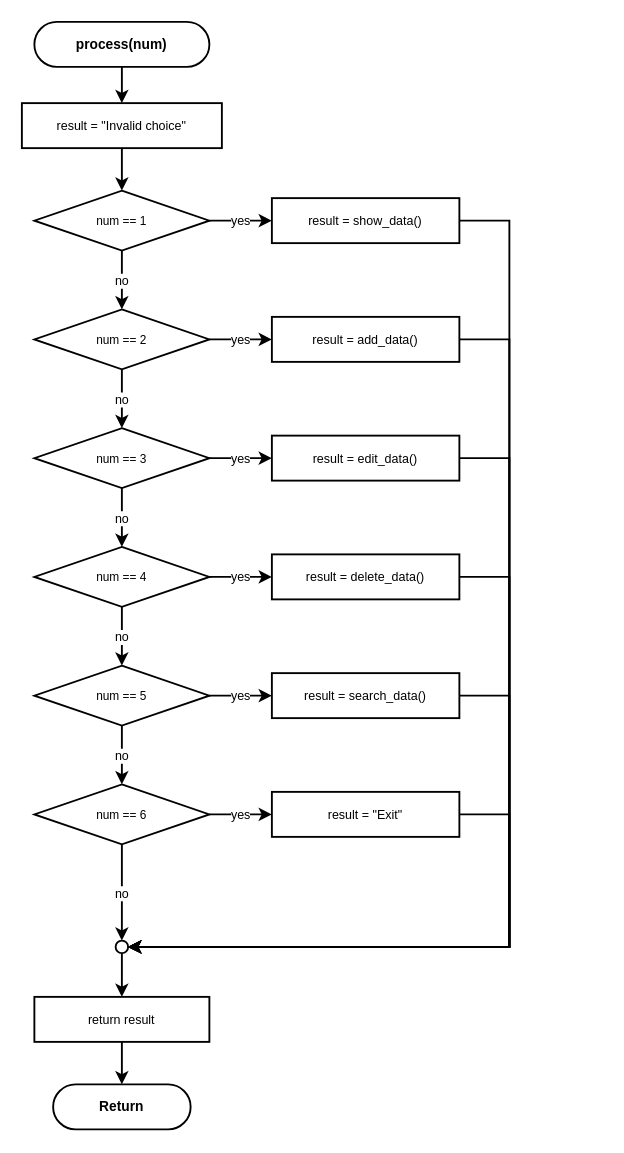
This is program002/flowchart/03_process.drawio from kittiphong064008-cyber/AI-Coding, a draw.io file, before an edit. Source tidied: cells renumbered, new cells numbered last; positions are measured from the earlier drawing's top-left corner, leaving out a move shared by most shapes. Both pictures are drawn from the tidied source at 125%, with x=0, y=0 at pixel (21, 21).
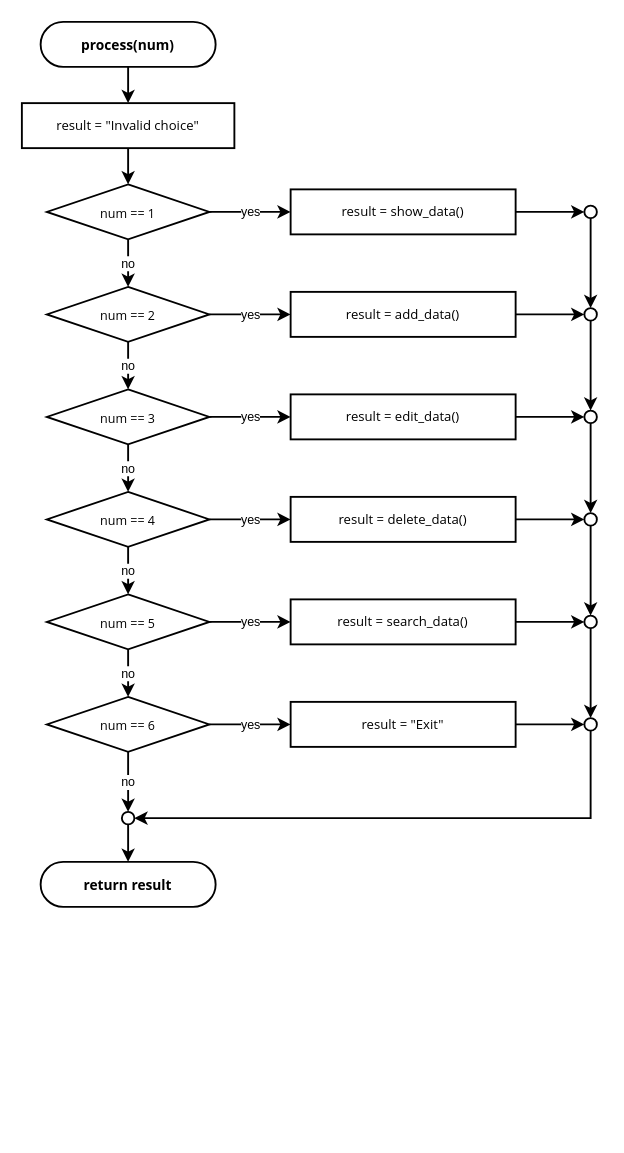
The same diagram, later.

The edit, as a diff of the source:
```diff
@@
-    <mxCell id="2" value="process(num)" style="rounded=1;whiteSpace=wrap;html=1;arcSize=50;fillColor=#ffffff;strokeColor=#000000;strokeWidth=1.5;fontSize=11;fontFamily=Helvetica;fontStyle=1;" parent="1" vertex="1">
-      <mxGeometry x="10" width="140" height="36" as="geometry" />
+    <mxCell id="2" value="process(num)" style="rounded=1;whiteSpace=wrap;html=1;arcSize=50;fillColor=#ffffff;strokeColor=#000000;strokeWidth=1.5;fontSize=11;fontFamily=Segoe UI;fontStyle=1;" parent="1" vertex="1">
+      <mxGeometry x="15" width="140" height="36" as="geometry" />
     </mxCell>
-    <mxCell id="3" value="result = &quot;Invalid choice&quot;" style="rounded=0;whiteSpace=wrap;html=1;fillColor=#ffffff;strokeColor=#000000;strokeWidth=1.5;fontSize=10;fontFamily=Helvetica;" parent="1" vertex="1">
-      <mxGeometry y="65" width="160" height="36" as="geometry" />
+    <mxCell id="3" value="result = &quot;Invalid choice&quot;" style="rounded=0;whiteSpace=wrap;html=1;fillColor=#ffffff;strokeColor=#000000;strokeWidth=1.5;fontSize=10.5;fontFamily=Segoe UI;" parent="1" vertex="1">
+      <mxGeometry y="65" width="170" height="36" as="geometry" />
     </mxCell>
-    <mxCell id="4" style="ellipse;whiteSpace=wrap;html=1;fillColor=#ffffff;strokeColor=#000000;strokeWidth=1.5;" parent="1" vertex="1">
-      <mxGeometry x="75" y="735" width="10" height="10" as="geometry" />
-    </mxCell>
-    <mxCell id="5" value="num == 1" style="rhombus;whiteSpace=wrap;html=1;fillColor=#ffffff;strokeColor=#000000;strokeWidth=1.5;fontSize=9.5;fontFamily=Helvetica;" parent="1" vertex="1">
-      <mxGeometry x="10" y="135" width="140" height="48" as="geometry" />
+    <mxCell id="5" value="num == 1" style="rhombus;whiteSpace=wrap;html=1;fillColor=#ffffff;strokeColor=#000000;strokeWidth=1.5;fontSize=10;fontFamily=Segoe UI;" parent="1" vertex="1">
+      <mxGeometry x="20" y="130" width="130" height="44" as="geometry" />
     </mxCell>
-    <mxCell id="6" value="result = show_data()" style="rounded=0;whiteSpace=wrap;html=1;fillColor=#ffffff;strokeColor=#000000;strokeWidth=1.5;fontSize=10;fontFamily=Helvetica;" parent="1" vertex="1">
-      <mxGeometry x="200" y="141" width="150" height="36" as="geometry" />
+    <mxCell id="6" value="result = show_data()" style="rounded=0;whiteSpace=wrap;html=1;fillColor=#ffffff;strokeColor=#000000;strokeWidth=1.5;fontSize=10.5;fontFamily=Segoe UI;" parent="1" vertex="1">
+      <mxGeometry x="215" y="134" width="180" height="36" as="geometry" />
     </mxCell>
+    <mxCell id="41" style="ellipse;whiteSpace=wrap;html=1;fillColor=#ffffff;strokeColor=#000000;strokeWidth=1.5;" parent="1" vertex="1">
+      <mxGeometry x="450" y="147" width="10" height="10" as="geometry" />
+    </mxCell>
-    <mxCell id="7" value="num == 2" style="rhombus;whiteSpace=wrap;html=1;fillColor=#ffffff;strokeColor=#000000;strokeWidth=1.5;fontSize=9.5;fontFamily=Helvetica;" parent="1" vertex="1">
-      <mxGeometry x="10" y="230" width="140" height="48" as="geometry" />
+    <mxCell id="7" value="num == 2" style="rhombus;whiteSpace=wrap;html=1;fillColor=#ffffff;strokeColor=#000000;strokeWidth=1.5;fontSize=10;fontFamily=Segoe UI;" parent="1" vertex="1">
+      <mxGeometry x="20" y="212" width="130" height="44" as="geometry" />
     </mxCell>
-    <mxCell id="8" value="result = add_data()" style="rounded=0;whiteSpace=wrap;html=1;fillColor=#ffffff;strokeColor=#000000;strokeWidth=1.5;fontSize=10;fontFamily=Helvetica;" parent="1" vertex="1">
-      <mxGeometry x="200" y="236" width="150" height="36" as="geometry" />
+    <mxCell id="8" value="result = add_data()" style="rounded=0;whiteSpace=wrap;html=1;fillColor=#ffffff;strokeColor=#000000;strokeWidth=1.5;fontSize=10.5;fontFamily=Segoe UI;" parent="1" vertex="1">
+      <mxGeometry x="215" y="216" width="180" height="36" as="geometry" />
     </mxCell>
+    <mxCell id="42" style="ellipse;whiteSpace=wrap;html=1;fillColor=#ffffff;strokeColor=#000000;strokeWidth=1.5;" parent="1" vertex="1">
+      <mxGeometry x="450" y="229" width="10" height="10" as="geometry" />
+    </mxCell>
-    <mxCell id="9" value="num == 3" style="rhombus;whiteSpace=wrap;html=1;fillColor=#ffffff;strokeColor=#000000;strokeWidth=1.5;fontSize=9.5;fontFamily=Helvetica;" parent="1" vertex="1">
-      <mxGeometry x="10" y="325" width="140" height="48" as="geometry" />
+    <mxCell id="9" value="num == 3" style="rhombus;whiteSpace=wrap;html=1;fillColor=#ffffff;strokeColor=#000000;strokeWidth=1.5;fontSize=10;fontFamily=Segoe UI;" parent="1" vertex="1">
+      <mxGeometry x="20" y="294" width="130" height="44" as="geometry" />
     </mxCell>
-    <mxCell id="10" value="result = edit_data()" style="rounded=0;whiteSpace=wrap;html=1;fillColor=#ffffff;strokeColor=#000000;strokeWidth=1.5;fontSize=10;fontFamily=Helvetica;" parent="1" vertex="1">
-      <mxGeometry x="200" y="331" width="150" height="36" as="geometry" />
+    <mxCell id="10" value="result = edit_data()" style="rounded=0;whiteSpace=wrap;html=1;fillColor=#ffffff;strokeColor=#000000;strokeWidth=1.5;fontSize=10.5;fontFamily=Segoe UI;" parent="1" vertex="1">
+      <mxGeometry x="215" y="298" width="180" height="36" as="geometry" />
     </mxCell>
+    <mxCell id="43" style="ellipse;whiteSpace=wrap;html=1;fillColor=#ffffff;strokeColor=#000000;strokeWidth=1.5;" parent="1" vertex="1">
+      <mxGeometry x="450" y="311" width="10" height="10" as="geometry" />
+    </mxCell>
-    <mxCell id="11" value="num == 4" style="rhombus;whiteSpace=wrap;html=1;fillColor=#ffffff;strokeColor=#000000;strokeWidth=1.5;fontSize=9.5;fontFamily=Helvetica;" parent="1" vertex="1">
-      <mxGeometry x="10" y="420" width="140" height="48" as="geometry" />
+    <mxCell id="11" value="num == 4" style="rhombus;whiteSpace=wrap;html=1;fillColor=#ffffff;strokeColor=#000000;strokeWidth=1.5;fontSize=10;fontFamily=Segoe UI;" parent="1" vertex="1">
+      <mxGeometry x="20" y="376" width="130" height="44" as="geometry" />
     </mxCell>
-    <mxCell id="12" value="result = delete_data()" style="rounded=0;whiteSpace=wrap;html=1;fillColor=#ffffff;strokeColor=#000000;strokeWidth=1.5;fontSize=10;fontFamily=Helvetica;" parent="1" vertex="1">
-      <mxGeometry x="200" y="426" width="150" height="36" as="geometry" />
+    <mxCell id="12" value="result = delete_data()" style="rounded=0;whiteSpace=wrap;html=1;fillColor=#ffffff;strokeColor=#000000;strokeWidth=1.5;fontSize=10.5;fontFamily=Segoe UI;" parent="1" vertex="1">
+      <mxGeometry x="215" y="380" width="180" height="36" as="geometry" />
     </mxCell>
+    <mxCell id="44" style="ellipse;whiteSpace=wrap;html=1;fillColor=#ffffff;strokeColor=#000000;strokeWidth=1.5;" parent="1" vertex="1">
+      <mxGeometry x="450" y="393" width="10" height="10" as="geometry" />
+    </mxCell>
-    <mxCell id="13" value="num == 5" style="rhombus;whiteSpace=wrap;html=1;fillColor=#ffffff;strokeColor=#000000;strokeWidth=1.5;fontSize=9.5;fontFamily=Helvetica;" parent="1" vertex="1">
-      <mxGeometry x="10" y="515" width="140" height="48" as="geometry" />
+    <mxCell id="13" value="num == 5" style="rhombus;whiteSpace=wrap;html=1;fillColor=#ffffff;strokeColor=#000000;strokeWidth=1.5;fontSize=10;fontFamily=Segoe UI;" parent="1" vertex="1">
+      <mxGeometry x="20" y="458" width="130" height="44" as="geometry" />
     </mxCell>
-    <mxCell id="14" value="result = search_data()" style="rounded=0;whiteSpace=wrap;html=1;fillColor=#ffffff;strokeColor=#000000;strokeWidth=1.5;fontSize=10;fontFamily=Helvetica;" parent="1" vertex="1">
-      <mxGeometry x="200" y="521" width="150" height="36" as="geometry" />
+    <mxCell id="14" value="result = search_data()" style="rounded=0;whiteSpace=wrap;html=1;fillColor=#ffffff;strokeColor=#000000;strokeWidth=1.5;fontSize=10.5;fontFamily=Segoe UI;" parent="1" vertex="1">
+      <mxGeometry x="215" y="462" width="180" height="36" as="geometry" />
     </mxCell>
+    <mxCell id="45" style="ellipse;whiteSpace=wrap;html=1;fillColor=#ffffff;strokeColor=#000000;strokeWidth=1.5;" parent="1" vertex="1">
+      <mxGeometry x="450" y="475" width="10" height="10" as="geometry" />
+    </mxCell>
-    <mxCell id="15" value="num == 6" style="rhombus;whiteSpace=wrap;html=1;fillColor=#ffffff;strokeColor=#000000;strokeWidth=1.5;fontSize=9.5;fontFamily=Helvetica;" parent="1" vertex="1">
-      <mxGeometry x="10" y="610" width="140" height="48" as="geometry" />
+    <mxCell id="15" value="num == 6" style="rhombus;whiteSpace=wrap;html=1;fillColor=#ffffff;strokeColor=#000000;strokeWidth=1.5;fontSize=10;fontFamily=Segoe UI;" parent="1" vertex="1">
+      <mxGeometry x="20" y="540" width="130" height="44" as="geometry" />
     </mxCell>
-    <mxCell id="16" value="result = &quot;Exit&quot;" style="rounded=0;whiteSpace=wrap;html=1;fillColor=#ffffff;strokeColor=#000000;strokeWidth=1.5;fontSize=10;fontFamily=Helvetica;" parent="1" vertex="1">
-      <mxGeometry x="200" y="616" width="150" height="36" as="geometry" />
+    <mxCell id="16" value="result = &quot;Exit&quot;" style="rounded=0;whiteSpace=wrap;html=1;fillColor=#ffffff;strokeColor=#000000;strokeWidth=1.5;fontSize=10.5;fontFamily=Segoe UI;" parent="1" vertex="1">
+      <mxGeometry x="215" y="544" width="180" height="36" as="geometry" />
     </mxCell>
-    <mxCell id="17" value="return result" style="rounded=0;whiteSpace=wrap;html=1;fillColor=#ffffff;strokeColor=#000000;strokeWidth=1.5;fontSize=10;fontFamily=Helvetica;" parent="1" vertex="1">
-      <mxGeometry x="10" y="780" width="140" height="36" as="geometry" />
-    </mxCell>
+    <mxCell id="46" style="ellipse;whiteSpace=wrap;html=1;fillColor=#ffffff;strokeColor=#000000;strokeWidth=1.5;" parent="1" vertex="1">
+      <mxGeometry x="450" y="557" width="10" height="10" as="geometry" />
+    </mxCell>
+    <mxCell id="4" style="ellipse;whiteSpace=wrap;html=1;fillColor=#ffffff;strokeColor=#000000;strokeWidth=1.5;" parent="1" vertex="1">
+      <mxGeometry x="80" y="632" width="10" height="10" as="geometry" />
+    </mxCell>
-    <mxCell id="18" value="Return" style="rounded=1;whiteSpace=wrap;html=1;arcSize=50;fillColor=#ffffff;strokeColor=#000000;strokeWidth=1.5;fontSize=11;fontFamily=Helvetica;fontStyle=1;" parent="1" vertex="1">
-      <mxGeometry x="25" y="850" width="110" height="36" as="geometry" />
+    <mxCell id="18" value="return result" style="rounded=1;whiteSpace=wrap;html=1;arcSize=50;fillColor=#ffffff;strokeColor=#000000;strokeWidth=1.5;fontSize=11;fontFamily=Segoe UI;fontStyle=1;" parent="1" vertex="1">
+      <mxGeometry x="15" y="672" width="140" height="36" as="geometry" />
     </mxCell>
@@
-    <mxCell id="22" style="edgeStyle=orthogonalEdgeStyle;rounded=0;jettySize=auto;html=1;strokeWidth=1.5;strokeColor=#000000;fontSize=10;fontColor=#000000;exitX=1;exitY=0.5;exitDx=0;exitDy=0;entryX=1;entryY=0.5;entryDx=0;entryDy=0;" parent="1" edge="1" source="6" target="4">
-      <mxGeometry relative="1" as="geometry">
-        <Array as="points">
-          <mxPoint x="390" y="159" />
-          <mxPoint x="390" y="740" />
-        </Array>
-      </mxGeometry>
+    <mxCell id="22" style="edgeStyle=orthogonalEdgeStyle;rounded=0;jettySize=auto;html=1;strokeWidth=1.5;strokeColor=#000000;fontSize=10;fontColor=#000000;exitX=1;exitY=0.5;exitDx=0;exitDy=0;entryX=0;entryY=0.5;entryDx=0;entryDy=0;" parent="1" edge="1" source="6" target="41">
+      <mxGeometry relative="1" as="geometry" />
     </mxCell>
@@
-    <mxCell id="25" style="edgeStyle=orthogonalEdgeStyle;rounded=0;jettySize=auto;html=1;strokeWidth=1.5;strokeColor=#000000;fontSize=10;fontColor=#000000;exitX=1;exitY=0.5;exitDx=0;exitDy=0;entryX=1;entryY=0.5;entryDx=0;entryDy=0;" parent="1" edge="1" source="8" target="4">
-      <mxGeometry relative="1" as="geometry">
-        <Array as="points">
-          <mxPoint x="390" y="254" />
-          <mxPoint x="390" y="740" />
-        </Array>
-      </mxGeometry>
+    <mxCell id="25" style="edgeStyle=orthogonalEdgeStyle;rounded=0;jettySize=auto;html=1;strokeWidth=1.5;strokeColor=#000000;fontSize=10;fontColor=#000000;exitX=1;exitY=0.5;exitDx=0;exitDy=0;entryX=0;entryY=0.5;entryDx=0;entryDy=0;" parent="1" edge="1" source="8" target="42">
+      <mxGeometry relative="1" as="geometry" />
     </mxCell>
-    <mxCell id="26" value="no" style="edgeStyle=orthogonalEdgeStyle;rounded=0;jettySize=auto;html=1;strokeWidth=1.5;strokeColor=#000000;fontSize=10;fontColor=#000000;" parent="1" edge="1" source="7" target="9">
+    <mxCell id="26" style="edgeStyle=orthogonalEdgeStyle;rounded=0;jettySize=auto;html=1;strokeWidth=1.5;strokeColor=#000000;fontSize=10;fontColor=#000000;exitX=0.5;exitY=1;exitDx=0;exitDy=0;entryX=0.5;entryY=0;entryDx=0;entryDy=0;" parent="1" edge="1" source="41" target="42">
       <mxGeometry relative="1" as="geometry" />
     </mxCell>
-    <mxCell id="27" value="yes" style="edgeStyle=orthogonalEdgeStyle;rounded=0;jettySize=auto;html=1;strokeWidth=1.5;strokeColor=#000000;fontSize=10;fontColor=#000000;exitX=1;exitY=0.5;exitDx=0;exitDy=0;entryX=0;entryY=0.5;entryDx=0;entryDy=0;" parent="1" edge="1" source="9" target="10">
+    <mxCell id="27" value="no" style="edgeStyle=orthogonalEdgeStyle;rounded=0;jettySize=auto;html=1;strokeWidth=1.5;strokeColor=#000000;fontSize=10;fontColor=#000000;" parent="1" edge="1" source="7" target="9">
       <mxGeometry relative="1" as="geometry" />
     </mxCell>
-    <mxCell id="28" style="edgeStyle=orthogonalEdgeStyle;rounded=0;jettySize=auto;html=1;strokeWidth=1.5;strokeColor=#000000;fontSize=10;fontColor=#000000;exitX=1;exitY=0.5;exitDx=0;exitDy=0;entryX=1;entryY=0.5;entryDx=0;entryDy=0;" parent="1" edge="1" source="10" target="4">
-      <mxGeometry relative="1" as="geometry">
-        <Array as="points">
-          <mxPoint x="390" y="349" />
-          <mxPoint x="390" y="740" />
-        </Array>
-      </mxGeometry>
+    <mxCell id="28" value="yes" style="edgeStyle=orthogonalEdgeStyle;rounded=0;jettySize=auto;html=1;strokeWidth=1.5;strokeColor=#000000;fontSize=10;fontColor=#000000;exitX=1;exitY=0.5;exitDx=0;exitDy=0;entryX=0;entryY=0.5;entryDx=0;entryDy=0;" parent="1" edge="1" source="9" target="10">
+      <mxGeometry relative="1" as="geometry" />
     </mxCell>
-    <mxCell id="29" value="no" style="edgeStyle=orthogonalEdgeStyle;rounded=0;jettySize=auto;html=1;strokeWidth=1.5;strokeColor=#000000;fontSize=10;fontColor=#000000;" parent="1" edge="1" source="9" target="11">
+    <mxCell id="29" style="edgeStyle=orthogonalEdgeStyle;rounded=0;jettySize=auto;html=1;strokeWidth=1.5;strokeColor=#000000;fontSize=10;fontColor=#000000;exitX=1;exitY=0.5;exitDx=0;exitDy=0;entryX=0;entryY=0.5;entryDx=0;entryDy=0;" parent="1" edge="1" source="10" target="43">
       <mxGeometry relative="1" as="geometry" />
     </mxCell>
-    <mxCell id="30" value="yes" style="edgeStyle=orthogonalEdgeStyle;rounded=0;jettySize=auto;html=1;strokeWidth=1.5;strokeColor=#000000;fontSize=10;fontColor=#000000;exitX=1;exitY=0.5;exitDx=0;exitDy=0;entryX=0;entryY=0.5;entryDx=0;entryDy=0;" parent="1" edge="1" source="11" target="12">
+    <mxCell id="30" style="edgeStyle=orthogonalEdgeStyle;rounded=0;jettySize=auto;html=1;strokeWidth=1.5;strokeColor=#000000;fontSize=10;fontColor=#000000;exitX=0.5;exitY=1;exitDx=0;exitDy=0;entryX=0.5;entryY=0;entryDx=0;entryDy=0;" parent="1" edge="1" source="42" target="43">
       <mxGeometry relative="1" as="geometry" />
     </mxCell>
-    <mxCell id="31" style="edgeStyle=orthogonalEdgeStyle;rounded=0;jettySize=auto;html=1;strokeWidth=1.5;strokeColor=#000000;fontSize=10;fontColor=#000000;exitX=1;exitY=0.5;exitDx=0;exitDy=0;entryX=1;entryY=0.5;entryDx=0;entryDy=0;" parent="1" edge="1" source="12" target="4">
-      <mxGeometry relative="1" as="geometry">
-        <Array as="points">
-          <mxPoint x="390" y="444" />
-          <mxPoint x="390" y="740" />
-        </Array>
-      </mxGeometry>
+    <mxCell id="31" value="no" style="edgeStyle=orthogonalEdgeStyle;rounded=0;jettySize=auto;html=1;strokeWidth=1.5;strokeColor=#000000;fontSize=10;fontColor=#000000;" parent="1" edge="1" source="9" target="11">
+      <mxGeometry relative="1" as="geometry" />
     </mxCell>
-    <mxCell id="32" value="no" style="edgeStyle=orthogonalEdgeStyle;rounded=0;jettySize=auto;html=1;strokeWidth=1.5;strokeColor=#000000;fontSize=10;fontColor=#000000;" parent="1" edge="1" source="11" target="13">
+    <mxCell id="32" value="yes" style="edgeStyle=orthogonalEdgeStyle;rounded=0;jettySize=auto;html=1;strokeWidth=1.5;strokeColor=#000000;fontSize=10;fontColor=#000000;exitX=1;exitY=0.5;exitDx=0;exitDy=0;entryX=0;entryY=0.5;entryDx=0;entryDy=0;" parent="1" edge="1" source="11" target="12">
       <mxGeometry relative="1" as="geometry" />
     </mxCell>
-    <mxCell id="33" value="yes" style="edgeStyle=orthogonalEdgeStyle;rounded=0;jettySize=auto;html=1;strokeWidth=1.5;strokeColor=#000000;fontSize=10;fontColor=#000000;exitX=1;exitY=0.5;exitDx=0;exitDy=0;entryX=0;entryY=0.5;entryDx=0;entryDy=0;" parent="1" edge="1" source="13" target="14">
+    <mxCell id="33" style="edgeStyle=orthogonalEdgeStyle;rounded=0;jettySize=auto;html=1;strokeWidth=1.5;strokeColor=#000000;fontSize=10;fontColor=#000000;exitX=1;exitY=0.5;exitDx=0;exitDy=0;entryX=0;entryY=0.5;entryDx=0;entryDy=0;" parent="1" edge="1" source="12" target="44">
       <mxGeometry relative="1" as="geometry" />
     </mxCell>
-    <mxCell id="34" style="edgeStyle=orthogonalEdgeStyle;rounded=0;jettySize=auto;html=1;strokeWidth=1.5;strokeColor=#000000;fontSize=10;fontColor=#000000;exitX=1;exitY=0.5;exitDx=0;exitDy=0;entryX=1;entryY=0.5;entryDx=0;entryDy=0;" parent="1" edge="1" source="14" target="4">
-      <mxGeometry relative="1" as="geometry">
-        <Array as="points">
-          <mxPoint x="390" y="539" />
-          <mxPoint x="390" y="740" />
-        </Array>
-      </mxGeometry>
+    <mxCell id="34" style="edgeStyle=orthogonalEdgeStyle;rounded=0;jettySize=auto;html=1;strokeWidth=1.5;strokeColor=#000000;fontSize=10;fontColor=#000000;exitX=0.5;exitY=1;exitDx=0;exitDy=0;entryX=0.5;entryY=0;entryDx=0;entryDy=0;" parent="1" edge="1" source="43" target="44">
+      <mxGeometry relative="1" as="geometry" />
     </mxCell>
-    <mxCell id="35" value="no" style="edgeStyle=orthogonalEdgeStyle;rounded=0;jettySize=auto;html=1;strokeWidth=1.5;strokeColor=#000000;fontSize=10;fontColor=#000000;" parent="1" edge="1" source="13" target="15">
+    <mxCell id="35" value="no" style="edgeStyle=orthogonalEdgeStyle;rounded=0;jettySize=auto;html=1;strokeWidth=1.5;strokeColor=#000000;fontSize=10;fontColor=#000000;" parent="1" edge="1" source="11" target="13">
       <mxGeometry relative="1" as="geometry" />
     </mxCell>
-    <mxCell id="36" value="yes" style="edgeStyle=orthogonalEdgeStyle;rounded=0;jettySize=auto;html=1;strokeWidth=1.5;strokeColor=#000000;fontSize=10;fontColor=#000000;exitX=1;exitY=0.5;exitDx=0;exitDy=0;entryX=0;entryY=0.5;entryDx=0;entryDy=0;" parent="1" edge="1" source="15" target="16">
+    <mxCell id="36" value="yes" style="edgeStyle=orthogonalEdgeStyle;rounded=0;jettySize=auto;html=1;strokeWidth=1.5;strokeColor=#000000;fontSize=10;fontColor=#000000;exitX=1;exitY=0.5;exitDx=0;exitDy=0;entryX=0;entryY=0.5;entryDx=0;entryDy=0;" parent="1" edge="1" source="13" target="14">
       <mxGeometry relative="1" as="geometry" />
     </mxCell>
-    <mxCell id="37" style="edgeStyle=orthogonalEdgeStyle;rounded=0;jettySize=auto;html=1;strokeWidth=1.5;strokeColor=#000000;fontSize=10;fontColor=#000000;exitX=1;exitY=0.5;exitDx=0;exitDy=0;entryX=1;entryY=0.5;entryDx=0;entryDy=0;" parent="1" edge="1" source="16" target="4">
-      <mxGeometry relative="1" as="geometry">
-        <Array as="points">
-          <mxPoint x="390" y="634" />
-          <mxPoint x="390" y="740" />
-        </Array>
-      </mxGeometry>
+    <mxCell id="37" style="edgeStyle=orthogonalEdgeStyle;rounded=0;jettySize=auto;html=1;strokeWidth=1.5;strokeColor=#000000;fontSize=10;fontColor=#000000;exitX=1;exitY=0.5;exitDx=0;exitDy=0;entryX=0;entryY=0.5;entryDx=0;entryDy=0;" parent="1" edge="1" source="14" target="45">
+      <mxGeometry relative="1" as="geometry" />
     </mxCell>
-    <mxCell id="38" value="no" style="edgeStyle=orthogonalEdgeStyle;rounded=0;jettySize=auto;html=1;strokeWidth=1.5;strokeColor=#000000;fontSize=10;fontColor=#000000;" parent="1" edge="1" source="15" target="4">
+    <mxCell id="38" style="edgeStyle=orthogonalEdgeStyle;rounded=0;jettySize=auto;html=1;strokeWidth=1.5;strokeColor=#000000;fontSize=10;fontColor=#000000;exitX=0.5;exitY=1;exitDx=0;exitDy=0;entryX=0.5;entryY=0;entryDx=0;entryDy=0;" parent="1" edge="1" source="44" target="45">
       <mxGeometry relative="1" as="geometry" />
     </mxCell>
-    <mxCell id="39" style="edgeStyle=orthogonalEdgeStyle;rounded=0;jettySize=auto;html=1;strokeWidth=1.5;strokeColor=#000000;fontSize=10;fontColor=#000000;" parent="1" edge="1" source="4" target="17">
+    <mxCell id="39" value="no" style="edgeStyle=orthogonalEdgeStyle;rounded=0;jettySize=auto;html=1;strokeWidth=1.5;strokeColor=#000000;fontSize=10;fontColor=#000000;" parent="1" edge="1" source="13" target="15">
       <mxGeometry relative="1" as="geometry" />
     </mxCell>
-    <mxCell id="40" style="edgeStyle=orthogonalEdgeStyle;rounded=0;jettySize=auto;html=1;strokeWidth=1.5;strokeColor=#000000;fontSize=10;fontColor=#000000;" parent="1" edge="1" source="17" target="18">
+    <mxCell id="40" value="yes" style="edgeStyle=orthogonalEdgeStyle;rounded=0;jettySize=auto;html=1;strokeWidth=1.5;strokeColor=#000000;fontSize=10;fontColor=#000000;exitX=1;exitY=0.5;exitDx=0;exitDy=0;entryX=0;entryY=0.5;entryDx=0;entryDy=0;" parent="1" edge="1" source="15" target="16">
       <mxGeometry relative="1" as="geometry" />
     </mxCell>
+    <mxCell id="47" style="edgeStyle=orthogonalEdgeStyle;rounded=0;jettySize=auto;html=1;strokeWidth=1.5;strokeColor=#000000;fontSize=10;fontColor=#000000;exitX=1;exitY=0.5;exitDx=0;exitDy=0;entryX=0;entryY=0.5;entryDx=0;entryDy=0;" parent="1" edge="1" source="16" target="46">
+      <mxGeometry relative="1" as="geometry" />
+    </mxCell>
+    <mxCell id="48" style="edgeStyle=orthogonalEdgeStyle;rounded=0;jettySize=auto;html=1;strokeWidth=1.5;strokeColor=#000000;fontSize=10;fontColor=#000000;exitX=0.5;exitY=1;exitDx=0;exitDy=0;entryX=0.5;entryY=0;entryDx=0;entryDy=0;" parent="1" edge="1" source="45" target="46">
+      <mxGeometry relative="1" as="geometry" />
+    </mxCell>
+    <mxCell id="49" value="no" style="edgeStyle=orthogonalEdgeStyle;rounded=0;jettySize=auto;html=1;strokeWidth=1.5;strokeColor=#000000;fontSize=10;fontColor=#000000;" parent="1" edge="1" source="15" target="4">
+      <mxGeometry relative="1" as="geometry" />
+    </mxCell>
+    <mxCell id="50" style="edgeStyle=orthogonalEdgeStyle;rounded=0;jettySize=auto;html=1;strokeWidth=1.5;strokeColor=#000000;fontSize=10;fontColor=#000000;exitX=0.5;exitY=1;exitDx=0;exitDy=0;entryX=1;entryY=0.5;entryDx=0;entryDy=0;" parent="1" edge="1" source="46" target="4">
+      <mxGeometry relative="1" as="geometry">
+        <Array as="points">
+          <mxPoint x="455" y="637" />
+        </Array>
+      </mxGeometry>
+    </mxCell>
+    <mxCell id="51" style="edgeStyle=orthogonalEdgeStyle;rounded=0;jettySize=auto;html=1;strokeWidth=1.5;strokeColor=#000000;fontSize=10;fontColor=#000000;" parent="1" edge="1" source="4" target="18">
+      <mxGeometry relative="1" as="geometry" />
+    </mxCell>
```
